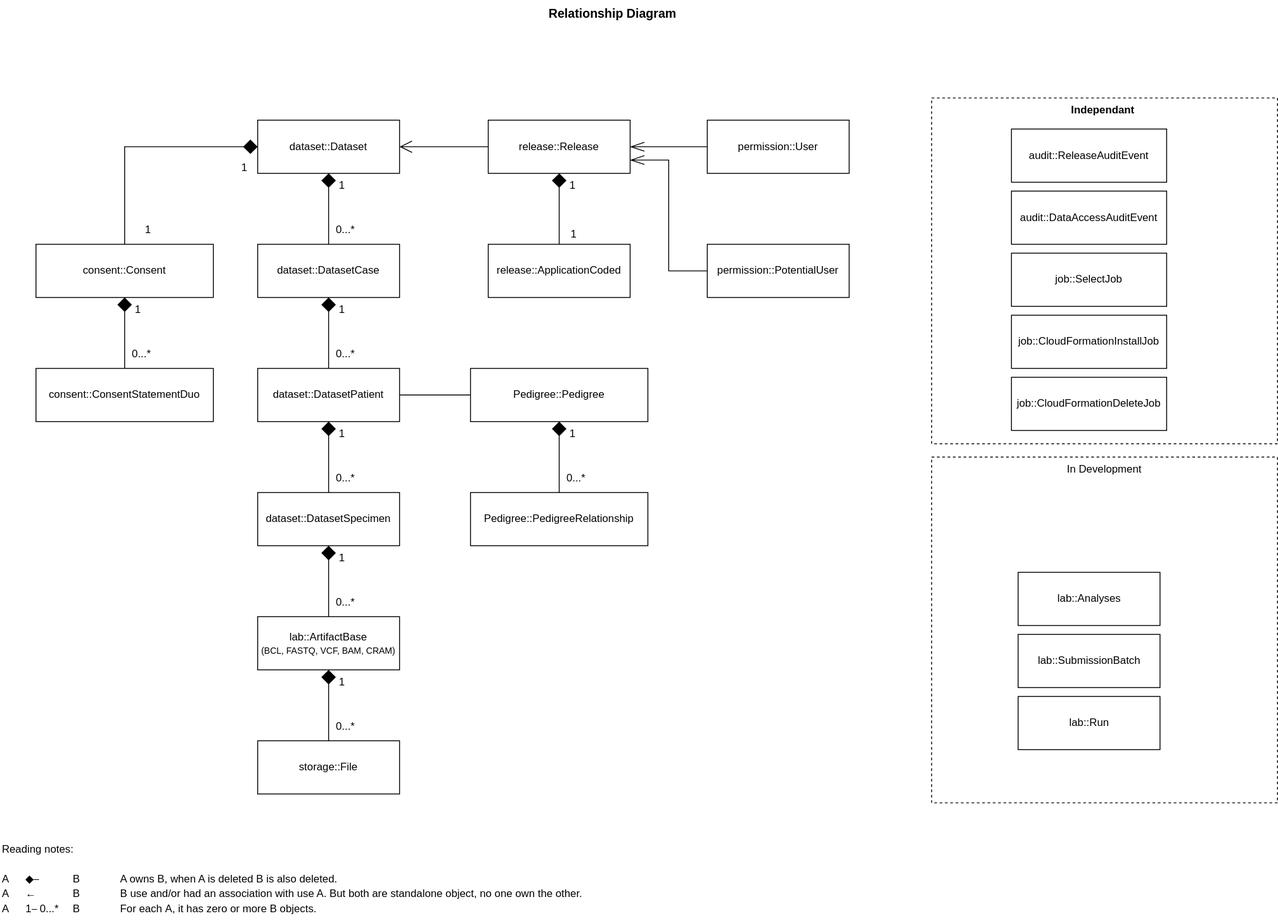
Before: docs/architecture/relationship.drawio.svg, a diagram exported from draw.io (elsa-data/elsa-data). Source tidied: cells renumbered, new cells last; positions are measured from the earlier drawing's top-left corner, leaving out a move shared by most shapes.
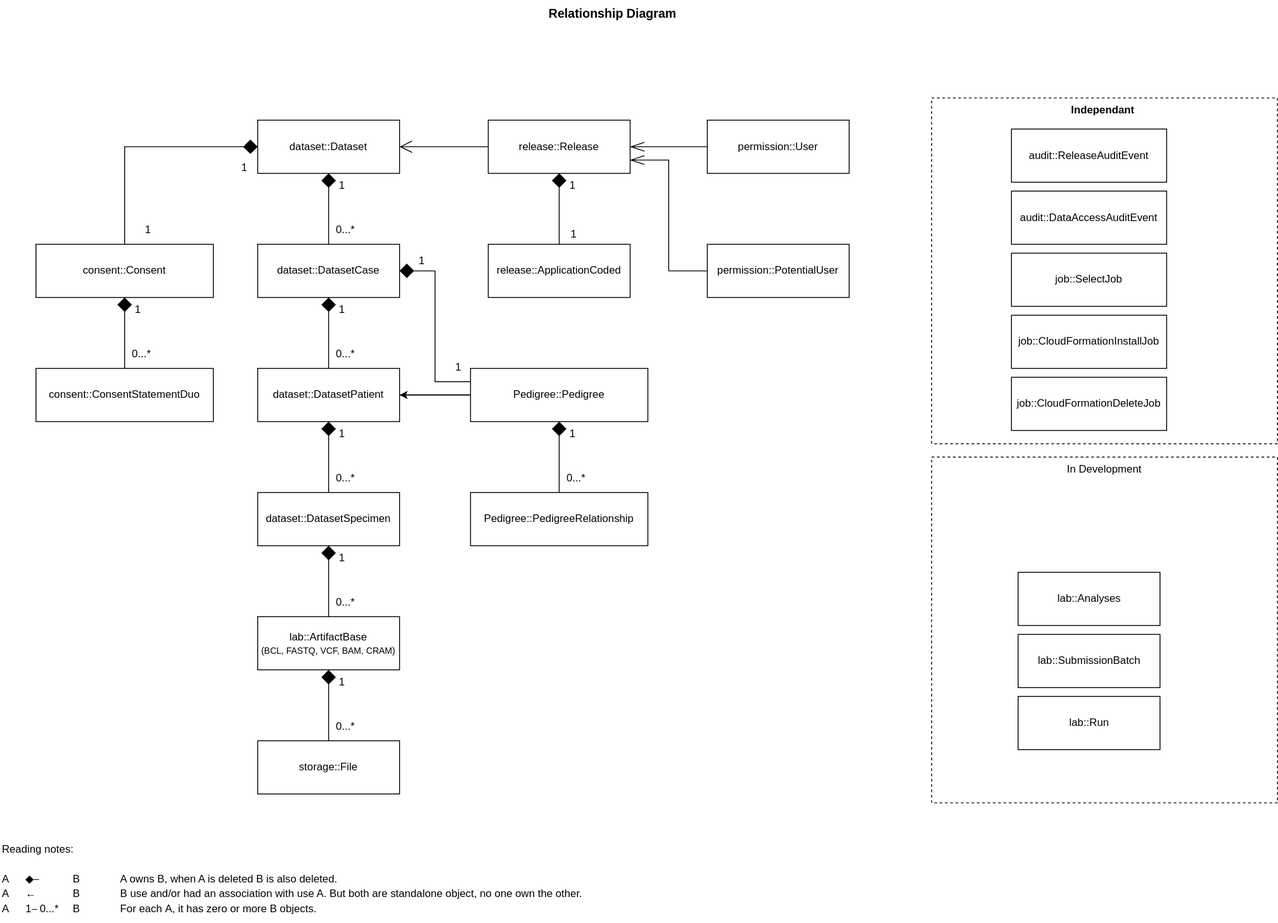
After the commit.

Commit message:
missing relationship

Diff of the diagram source:
```diff
@@ -112,6 +112,9 @@
     <mxCell id="31" value="Pedigree::PedigreeRelationship" style="rounded=0;whiteSpace=wrap;html=1;" parent="1" vertex="1">
       <mxGeometry x="530" y="555" width="200" height="60" as="geometry" />
     </mxCell>
+    <mxCell id="65" style="edgeStyle=orthogonalEdgeStyle;rounded=0;jettySize=auto;html=1;" parent="1" edge="1" source="32" target="6">
+      <mxGeometry relative="1" as="geometry" />
+    </mxCell>
     <mxCell id="32" value="Pedigree::Pedigree" style="rounded=0;whiteSpace=wrap;html=1;" parent="1" vertex="1">
       <mxGeometry x="530" y="415" width="200" height="60" as="geometry" />
     </mxCell>
@@ -235,5 +238,18 @@
     <mxCell id="64" value="&lt;font style=&quot;&quot;&gt;&lt;span style=&quot;font-size: 12px;&quot;&gt;Reading notes:&lt;/span&gt;&lt;br&gt;&lt;br&gt;&lt;div style=&quot;&quot;&gt;&lt;span style=&quot;font-size: 12px;&quot;&gt;A &lt;span style=&quot;white-space: pre;&quot;&gt;&#9;&lt;/span&gt;◆⎯&amp;nbsp;&lt;span style=&quot;white-space: pre;&quot;&gt;&#9;&lt;span style=&quot;white-space: pre;&quot;&gt;&#9;&lt;/span&gt;&lt;/span&gt;B&lt;span style=&quot;&quot;&gt;&#9;&lt;span style=&quot;&quot;&gt;&#9;&lt;span style=&quot;&quot;&gt;&#9;&lt;/span&gt;&lt;/span&gt;&lt;/span&gt;&amp;nbsp;&lt;span style=&quot;white-space: pre;&quot;&gt;&#9;&lt;/span&gt;&lt;span style=&quot;white-space: pre;&quot;&gt;&#9;&lt;/span&gt;A owns B, when A is deleted B is also deleted.&lt;br&gt;A &lt;span style=&quot;white-space: pre;&quot;&gt;&#9;&lt;/span&gt;←&lt;span style=&quot;&quot;&gt;&#9;&lt;span style=&quot;white-space: pre;&quot;&gt;&#9;&lt;/span&gt;&lt;span style=&quot;&quot;&gt;&#9;&lt;span style=&quot;white-space: pre;&quot;&gt;&#9;&lt;/span&gt;&lt;/span&gt;&lt;/span&gt;B&lt;span style=&quot;&quot;&gt;&#9;&lt;span style=&quot;white-space: pre;&quot;&gt;&#9;&lt;/span&gt;&lt;span style=&quot;white-space: pre;&quot;&gt;&#9;&lt;/span&gt;&lt;/span&gt;B use and/or had an association with use A. But both are standalone object, no one own the other.&lt;br&gt;&lt;/span&gt;&lt;span style=&quot;font-size: 12px;&quot;&gt;A&amp;nbsp;&lt;/span&gt;&lt;span style=&quot;font-size: 12px;&quot;&gt;&#9;&lt;/span&gt;&lt;span style=&quot;font-size: 12px;&quot;&gt;&amp;nbsp;&lt;span style=&quot;white-space: pre;&quot;&gt;&#9;&lt;/span&gt;1&lt;/span&gt;&lt;span style=&quot;font-size: 12px;&quot;&gt;⎯ 0...*&lt;span style=&quot;white-space: pre;&quot;&gt;&#9;&lt;/span&gt;&lt;/span&gt;&lt;span style=&quot;font-size: 12px;&quot;&gt;B&lt;span style=&quot;white-space: pre;&quot;&gt;&#9;&lt;/span&gt;&lt;span style=&quot;white-space: pre;&quot;&gt;&#9;&lt;/span&gt;For each&amp;nbsp;&lt;/span&gt;&lt;span style=&quot;font-size: 12px;&quot;&gt;A, it has zero or more B objects.&amp;nbsp;&lt;/span&gt;&lt;span style=&quot;font-size: 12px;&quot;&gt;&lt;br&gt;&lt;span style=&quot;&quot;&gt;&lt;/span&gt;&lt;/span&gt;&lt;/div&gt;&lt;/font&gt;" style="text;html=1;align=left;verticalAlign=middle;strokeColor=none;fillColor=none;fontSize=14;fontFamily=Helvetica;fontColor=default;" parent="1" vertex="1">
       <mxGeometry y="940" width="680" height="100" as="geometry" />
     </mxCell>
+    <mxCell id="66" style="endArrow=none;html=1;endSize=12;startArrow=diamond;startSize=14;startFill=1;edgeStyle=orthogonalEdgeStyle;rounded=0;fontFamily=Helvetica;fontSize=12;fontColor=default;endFill=0;exitX=1;exitY=0.5;exitDx=0;exitDy=0;entryX=0;entryY=0.25;entryDx=0;entryDy=0;" parent="1" edge="1" source="5" target="32">
+      <mxGeometry relative="1" as="geometry" />
+    </mxCell>
+    <mxCell id="67" value="1" style="edgeLabel;html=1;align=left;verticalAlign=top;rounded=0;strokeColor=default;fontFamily=Helvetica;fontSize=12;fontColor=default;fillColor=default;" parent="66" vertex="1">
+      <mxGeometry x="-1" relative="1" as="geometry">
+        <mxPoint x="20" y="-25" as="offset" />
+      </mxGeometry>
+    </mxCell>
+    <mxCell id="68" value="1" style="edgeLabel;html=1;align=right;verticalAlign=top;rounded=0;strokeColor=default;fontFamily=Helvetica;fontSize=12;fontColor=default;fillColor=default;" parent="66" vertex="1">
+      <mxGeometry x="1" relative="1" as="geometry">
+        <mxPoint x="-10" y="-30" as="offset" />
+      </mxGeometry>
+    </mxCell>
   </root>
 </mxGraphModel>
```
